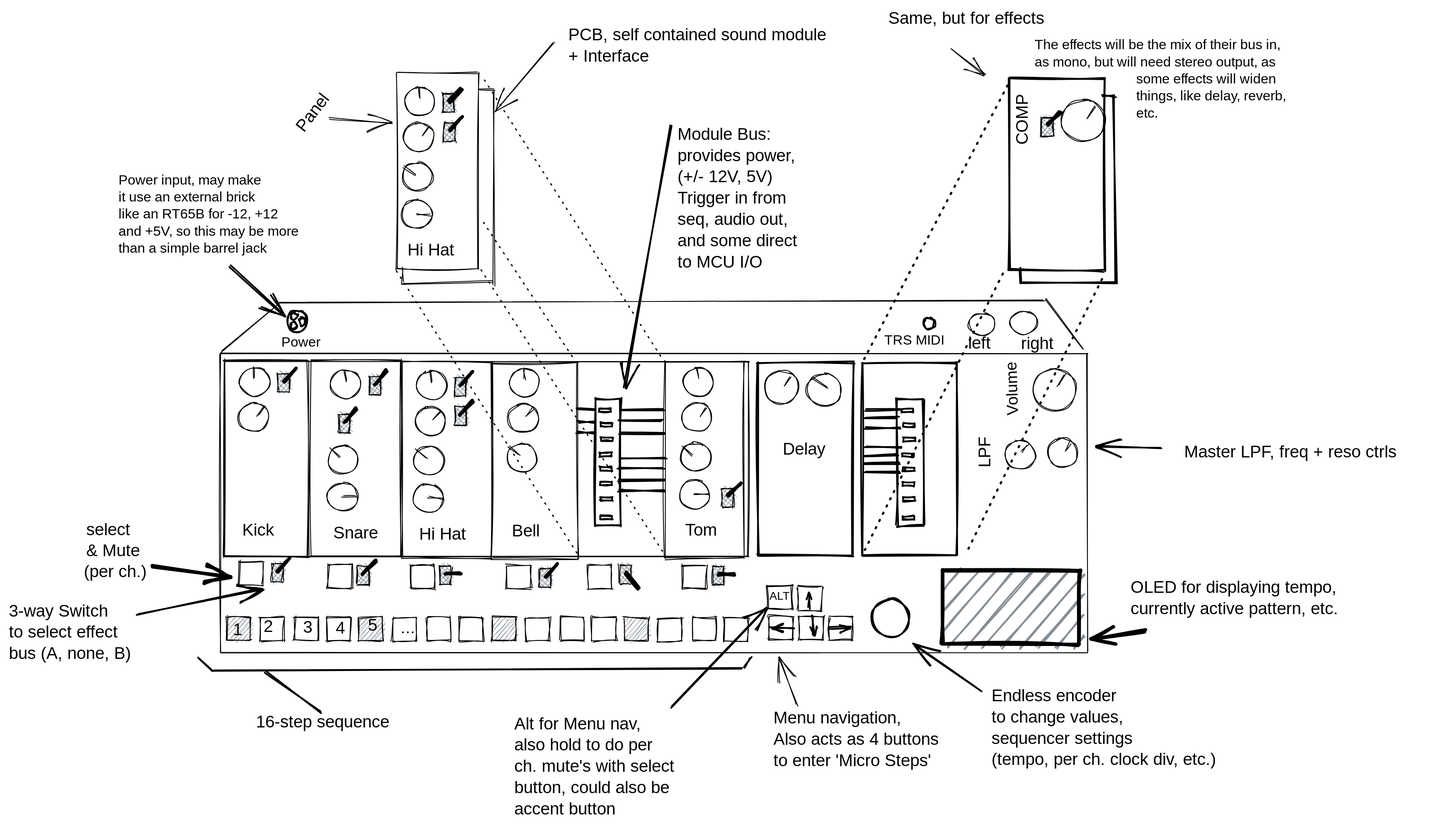
VegaDeftwing/AnalogDrumMachine keeps this Excalidraw diagram as exclidraw.svg. Above is the earlier version. Source tidied: one line per element, renumbered; positions are measured from the earlier drawing's top-left corner, leaving out a move shared by most shapes.
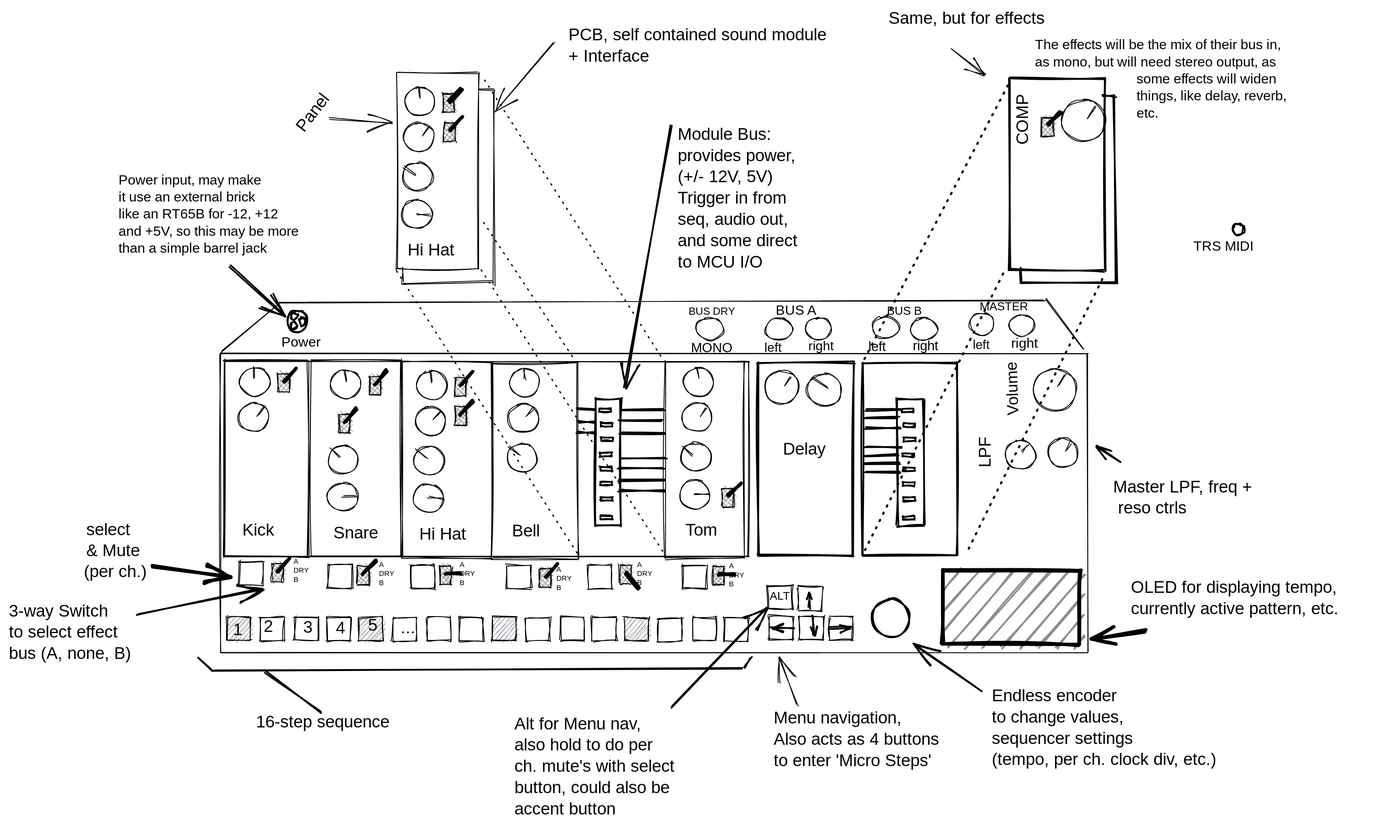
After the change.

Commit message:
add individual bus outs to mock up

Diff of the diagram source:
```diff
@@ -19,10 +19,10 @@
 {"id": 18, "type": "line", "strokeColor": "#000000", "strokeWidth": 1, "roughness": 1, "x": 249, "y": 403, "width": 66, "height": 56, "points": [[0, 0], [66, -56]]}
 {"id": 19, "type": "line", "strokeColor": "#000000", "strokeWidth": 1, "roughness": 1, "x": 316, "y": 346, "width": 898, "height": 3, "points": [[0, 0], [898, -3]]}
 {"id": 20, "type": "line", "strokeColor": "#000000", "strokeWidth": 1, "roughness": 1, "x": 1260, "y": 399, "width": 44, "height": 58, "points": [[0, 0], [-44, -58]]}
-{"id": 21, "type": "ellipse", "strokeColor": "#000000", "strokeWidth": 1, "roughness": 1, "x": 1176, "y": 356, "width": 32, "height": 26}
+{"id": 21, "type": "ellipse", "strokeColor": "#000000", "strokeWidth": 1, "roughness": 1, "x": 1174, "y": 361, "width": 29, "height": 23}
-{"id": 22, "type": "ellipse", "strokeColor": "#000000", "strokeWidth": 1, "roughness": 1, "x": 1127, "y": 358, "width": 32, "height": 26}
+{"id": 22, "type": "ellipse", "strokeColor": "#000000", "strokeWidth": 1, "roughness": 1, "x": 1128, "y": 357, "width": 29, "height": 26}
-{"id": 23, "type": "text", "text": "left", "strokeColor": "#000000", "strokeWidth": 1, "roughness": 1, "fontSize": 20, "fontFamily": 1, "x": 1126, "y": 381, "width": 37, "height": 25}
+{"id": 23, "type": "text", "text": "left", "strokeColor": "#000000", "strokeWidth": 1, "roughness": 1, "fontSize": 14.82, "fontFamily": 1, "x": 1131, "y": 387, "width": 27, "height": 19}
-{"id": 24, "type": "text", "text": "right", "strokeColor": "#000000", "strokeWidth": 1, "roughness": 1, "fontSize": 20, "fontFamily": 1, "x": 1188, "y": 382, "width": 44, "height": 25}
+{"id": 24, "type": "text", "text": "right", "strokeColor": "#000000", "strokeWidth": 1, "roughness": 1, "fontSize": 16.21, "fontFamily": 1, "x": 1176, "y": 385, "width": 36, "height": 20}
 {"id": 25, "type": "rectangle", "strokeColor": "#000000", "strokeWidth": 1, "roughness": 1, "x": 253, "y": 412, "width": 98, "height": 230}
 {"id": 26, "type": "rectangle", "strokeColor": "#000000", "strokeWidth": 1, "roughness": 1, "x": 354, "y": 412, "width": 106, "height": 230}
 {"id": 27, "type": "rectangle", "strokeColor": "#000000", "strokeWidth": 1, "roughness": 1, "x": 462, "y": 414, "width": 106, "height": 230}
@@ -124,8 +124,8 @@
 {"id": 123, "type": "line", "strokeColor": "#000000", "backgroundColor": "#868e96", "fillStyle": "solid", "strokeWidth": 4, "roughness": 1, "x": 1220, "y": 137, "width": 14, "height": 15, "points": [[0, 0], [14, -15]]}
 {"id": 124, "type": "ellipse", "strokeColor": "#000000", "strokeWidth": 1, "roughness": 1, "x": 1219, "y": 504, "width": 35, "height": 34}
 {"id": 125, "type": "line", "strokeColor": "#000000", "strokeWidth": 1, "roughness": 1, "x": 1245, "y": 509, "width": 5, "height": 9, "points": [[0, 0], [-5, 9]]}
-{"id": 126, "type": "arrow", "strokeColor": "#000000", "strokeWidth": 2, "roughness": 1, "endArrowhead": "arrow", "to": 0, "x": 1352, "y": 516, "width": 76, "height": 2, "points": [[0, 0], [-76, -2]]}
+{"id": 126, "type": "arrow", "strokeColor": "#000000", "strokeWidth": 2, "roughness": 1, "endArrowhead": "arrow", "to": 0, "x": 1304, "y": 532, "width": 28, "height": 19, "points": [[0, 0], [-28, -19]]}
-{"id": 127, "type": "text", "text": "Master LPF, freq + reso ctrls", "strokeColor": "#000000", "strokeWidth": 2, "roughness": 1, "fontSize": 20, "fontFamily": 1, "x": 1380, "y": 509, "width": 303, "height": 25}
+{"id": 127, "type": "text", "text": "Master LPF, freq +\n reso ctrls", "strokeColor": "#000000", "strokeWidth": 2, "roughness": 1, "fontSize": 20, "fontFamily": 1, "x": 1296, "y": 550, "width": 195, "height": 50}
 {"id": 128, "type": "rectangle", "strokeColor": "#000000", "strokeWidth": 2, "roughness": 1, "x": 879, "y": 415, "width": 112, "height": 226}
 {"id": 129, "type": "rectangle", "strokeColor": "#000000", "backgroundColor": "#868e96", "fillStyle": "cross-hatch", "strokeWidth": 1, "roughness": 1, "x": 309, "y": 651, "width": 13, "height": 22}
 {"id": 130, "type": "line", "strokeColor": "#000000", "backgroundColor": "#868e96", "fillStyle": "solid", "strokeWidth": 4, "roughness": 1, "x": 316, "y": 660, "width": 14, "height": 15, "points": [[0, 0], [14, -15]]}
@@ -223,8 +223,8 @@
 {"id": 222, "type": "ellipse", "strokeColor": "#000000", "strokeWidth": 2, "roughness": 1, "x": 331, "y": 356, "width": 8, "height": 9}
 {"id": 223, "type": "ellipse", "strokeColor": "#000000", "strokeWidth": 2, "roughness": 1, "x": 341, "y": 363, "width": 8, "height": 9}
 {"id": 224, "type": "ellipse", "strokeColor": "#000000", "strokeWidth": 2, "roughness": 1, "x": 331, "y": 368, "width": 8, "height": 9}
-{"id": 225, "type": "ellipse", "strokeColor": "#000000", "angle": 0.03, "strokeWidth": 2, "roughness": 1, "x": 1073, "y": 363, "width": 13, "height": 13}
+{"id": 225, "type": "ellipse", "strokeColor": "#000000", "angle": 0.03, "strokeWidth": 2, "roughness": 1, "x": 1436, "y": 252, "width": 13, "height": 13}
-{"id": 226, "type": "text", "text": "TRS MIDI", "strokeColor": "#000000", "strokeWidth": 2, "roughness": 1, "fontSize": 16, "fontFamily": 1, "x": 1028, "y": 380, "width": 84, "height": 20}
+{"id": 226, "type": "text", "text": "TRS MIDI", "strokeColor": "#000000", "strokeWidth": 2, "roughness": 1, "fontSize": 16, "fontFamily": 1, "x": 1390, "y": 270, "width": 84, "height": 20}
 {"id": 227, "type": "text", "text": "Power", "strokeColor": "#000000", "strokeWidth": 2, "roughness": 1, "fontSize": 16, "fontFamily": 1, "x": 320, "y": 383, "width": 45, "height": 20}
 {"id": 228, "type": "rectangle", "strokeColor": "#000000", "backgroundColor": "#868e96", "fillStyle": "cross-hatch", "strokeWidth": 1, "roughness": 1, "x": 410, "y": 654, "width": 13, "height": 22}
 {"id": 229, "type": "line", "strokeColor": "#000000", "backgroundColor": "#868e96", "fillStyle": "solid", "strokeWidth": 4, "roughness": 1, "x": 417, "y": 663, "width": 14, "height": 15, "points": [[0, 0], [14, -15]]}
@@ -236,3 +236,23 @@
 {"id": 235, "type": "line", "strokeColor": "#000000", "backgroundColor": "#868e96", "fillStyle": "solid", "strokeWidth": 4, "roughness": 1, "x": 724, "y": 663, "width": 16, "height": 18, "points": [[0, 0], [16, 18]]}
 {"id": 236, "type": "rectangle", "strokeColor": "#000000", "backgroundColor": "#868e96", "fillStyle": "cross-hatch", "strokeWidth": 1, "roughness": 1, "x": 826, "y": 655, "width": 13, "height": 22}
 {"id": 237, "type": "line", "strokeColor": "#000000", "backgroundColor": "#868e96", "fillStyle": "solid", "strokeWidth": 4, "roughness": 1, "x": 833, "y": 664, "width": 18, "height": 0, "points": [[0, 0], [18, 0]]}
+{"id": 238, "type": "ellipse", "strokeColor": "#000000", "strokeWidth": 1, "roughness": 1, "x": 1058, "y": 363, "width": 32, "height": 26}
+{"id": 239, "type": "ellipse", "strokeColor": "#000000", "strokeWidth": 1, "roughness": 1, "x": 1013, "y": 362, "width": 32, "height": 26}
+{"id": 240, "type": "text", "text": "left", "strokeColor": "#000000", "strokeWidth": 1, "roughness": 1, "fontSize": 15.5, "fontFamily": 1, "x": 1008, "y": 389, "width": 29, "height": 19}
+{"id": 241, "type": "text", "text": "right", "strokeColor": "#000000", "strokeWidth": 1, "roughness": 1, "fontSize": 15.83, "fontFamily": 1, "x": 1061, "y": 387, "width": 35, "height": 20}
+{"id": 242, "type": "ellipse", "strokeColor": "#000000", "strokeWidth": 1, "roughness": 1, "x": 934, "y": 363, "width": 32, "height": 26}
+{"id": 243, "type": "ellipse", "strokeColor": "#000000", "strokeWidth": 1, "roughness": 1, "x": 888, "y": 363, "width": 32, "height": 26}
+{"id": 244, "type": "text", "text": "left", "strokeColor": "#000000", "strokeWidth": 1, "roughness": 1, "fontSize": 15.05, "fontFamily": 1, "x": 887, "y": 390, "width": 28, "height": 19}
+{"id": 245, "type": "text", "text": "right", "strokeColor": "#000000", "strokeWidth": 1, "roughness": 1, "fontSize": 15.08, "fontFamily": 1, "x": 938, "y": 388, "width": 33, "height": 19}
+{"id": 246, "type": "ellipse", "strokeColor": "#000000", "strokeWidth": 1, "roughness": 1, "x": 807, "y": 363, "width": 32, "height": 26}
+{"id": 247, "type": "text", "text": "MONO", "strokeColor": "#000000", "strokeWidth": 1, "roughness": 1, "fontSize": 15.76, "fontFamily": 1, "x": 800, "y": 390, "width": 45, "height": 20}
+{"id": 248, "type": "text", "text": "BUS A", "strokeColor": "#000000", "strokeWidth": 2, "roughness": 1, "fontSize": 16, "fontFamily": 1, "x": 900, "y": 345, "width": 52, "height": 20}
+{"id": 249, "type": "text", "text": "BUS B", "strokeColor": "#000000", "strokeWidth": 2, "roughness": 1, "fontSize": 13.74, "fontFamily": 1, "x": 1030, "y": 347, "width": 46, "height": 17}
+{"id": 250, "type": "text", "text": "BUS DRY", "strokeColor": "#000000", "strokeWidth": 2, "roughness": 1, "fontSize": 12.4, "fontFamily": 1, "x": 798, "y": 349, "width": 56, "height": 16}
+{"id": 251, "type": "text", "text": "MASTER", "strokeColor": "#000000", "strokeWidth": 2, "roughness": 1, "fontSize": 13.74, "fontFamily": 1, "x": 1139, "y": 342, "width": 58, "height": 17}
+{"id": 252, "type": "text", "text": "A\nDRY\nB", "strokeColor": "#000000", "strokeWidth": 2, "roughness": 1, "fontSize": 8.67, "fontFamily": 1, "x": 334, "y": 645, "width": 17, "height": 32}
+{"id": 253, "type": "text", "text": "A\nDRY\nB", "strokeColor": "#000000", "strokeWidth": 2, "roughness": 1, "fontSize": 8.67, "fontFamily": 1, "x": 435, "y": 649, "width": 17, "height": 32}
+{"id": 254, "type": "text", "text": "A\nDRY\nB", "strokeColor": "#000000", "strokeWidth": 2, "roughness": 1, "fontSize": 8.67, "fontFamily": 1, "x": 529, "y": 649, "width": 17, "height": 32}
+{"id": 255, "type": "text", "text": "A\nDRY\nB", "strokeColor": "#000000", "strokeWidth": 2, "roughness": 1, "fontSize": 8.67, "fontFamily": 1, "x": 643, "y": 654, "width": 17, "height": 32}
+{"id": 256, "type": "text", "text": "A\nDRY\nB", "strokeColor": "#000000", "strokeWidth": 2, "roughness": 1, "fontSize": 8.67, "fontFamily": 1, "x": 737, "y": 649, "width": 17, "height": 32}
+{"id": 257, "type": "text", "text": "A\nDRY\nB", "strokeColor": "#000000", "strokeWidth": 2, "roughness": 1, "fontSize": 8.67, "fontFamily": 1, "x": 845, "y": 650, "width": 17, "height": 32}
```
